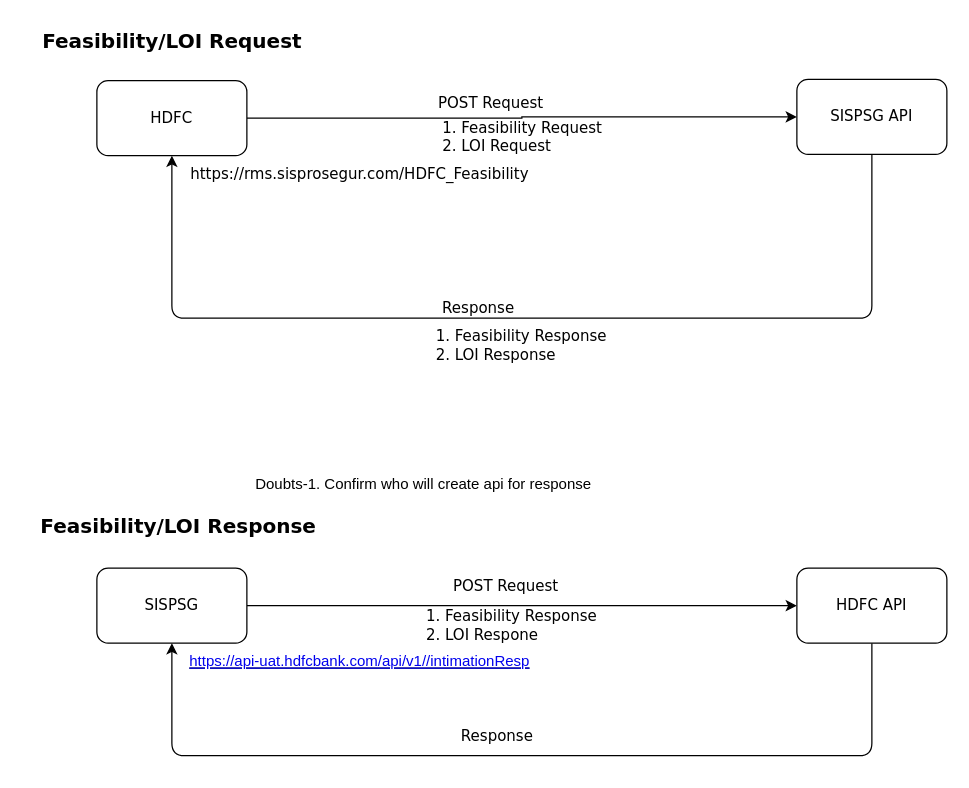
Above: Hdfc.drawio in ubermachine/Drawio (draw.io), before the change. Source tidied: cells renumbered, new cells numbered last; positions are measured from the earlier drawing's top-left corner, leaving out a move shared by most shapes. Both pictures are drawn from the tidied source at 125%, with x=0, y=0 at pixel (21, 21).
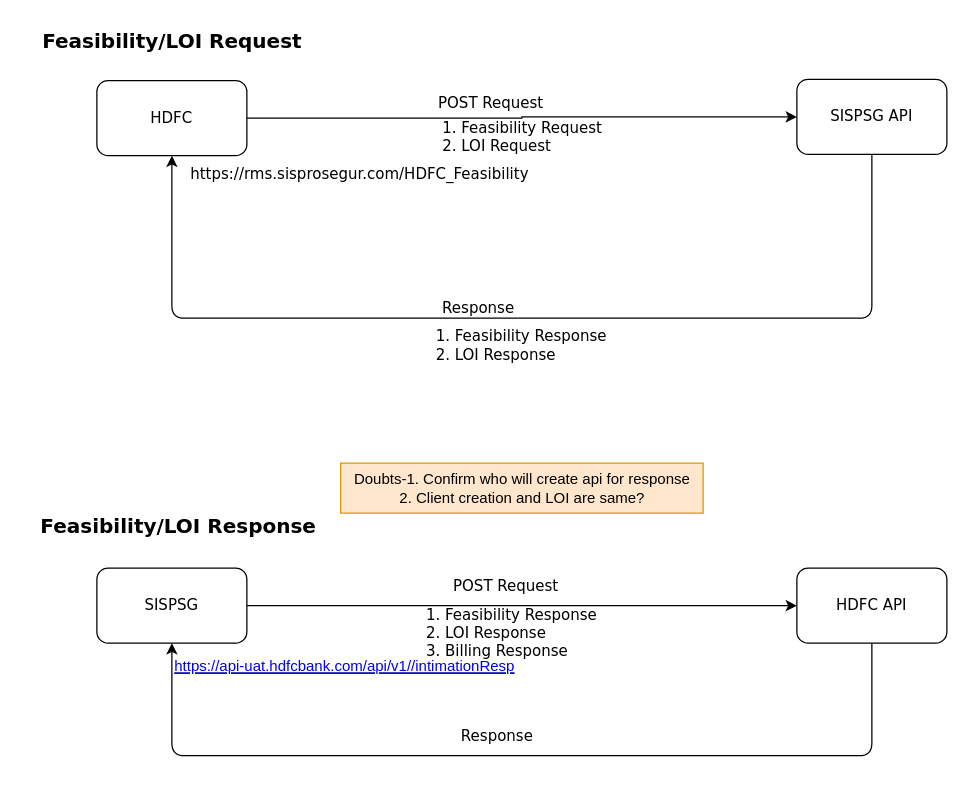
The same diagram, later.

The edit, as a diff of the source:
```diff
@@
     <mxCell id="19" value="&lt;u&gt;&lt;a title=&quot;Original URL: https://api-uat.hdfcbank.com/api/v1/dsb/intimationResp. Click or tap if you trust this link.&quot; target=&quot;_blank&quot; href=&quot;https://ind01.safelinks.protection.outlook.com/?url=https%3A%2F%2Fapi-uat.hdfcbank.com%2Fapi%2Fv1%2Fdsb%2FintimationResp&amp;amp;data=05%7C01%7Cshubham.pawar4%40hdfcbank.com%7C284244c8ec6b4c64b9b008db6e779bee%7C827fd02205a64e57be9ccc069b6ae62d%7C0%7C0%7C638225232243491934%7CUnknown%7CTWFpbGZsb3d8eyJWIjoiMC4wLjAwMDAiLCJQIjoiV2luMzIiLCJBTiI6Ik1haWwiLCJXVCI6Mn0%3D%7C3000%7C%7C%7C&amp;amp;sdata=QB7lebr9Tw6JcELbrLSqCNylo0V3PcAyTXZZP5ZpUk0%3D&amp;amp;reserved=0&quot;&gt;https://api-uat.hdfcbank.com/api/v1//intimationResp&lt;/a&gt;&lt;/u&gt;" style="text;html=1;align=center;verticalAlign=middle;strokeColor=none;fillColor=none;" parent="1" vertex="1">
-      <mxGeometry x="120" y="497" width="300" height="30" as="geometry" />
+      <mxGeometry x="108" y="501" width="300" height="30" as="geometry" />
     </mxCell>
-    <mxCell id="20" value="&lt;div align=&quot;left&quot;&gt;&lt;ol&gt;&lt;li&gt;Feasibility Response&lt;/li&gt;&lt;li&gt;LOI Respone&lt;br&gt;&lt;/li&gt;&lt;/ol&gt;&lt;/div&gt;" style="text;html=1;align=left;verticalAlign=middle;strokeColor=none;fillColor=none;fontStyle=0;fontFamily=Verdana;" parent="1" vertex="1">
-      <mxGeometry x="297" y="448" width="190" height="70" as="geometry" />
+    <mxCell id="20" value="&lt;div align=&quot;left&quot;&gt;&lt;ol&gt;&lt;li&gt;Feasibility Response&lt;/li&gt;&lt;li&gt;LOI Response&lt;/li&gt;&lt;li&gt;Billing Response&lt;br&gt;&lt;/li&gt;&lt;/ol&gt;&lt;/div&gt;" style="text;html=1;align=left;verticalAlign=middle;strokeColor=none;fillColor=none;fontStyle=0;fontFamily=Verdana;" parent="1" vertex="1">
+      <mxGeometry x="297" y="449" width="190" height="80" as="geometry" />
     </mxCell>
-    <mxCell id="21" value="Doubts-1. Confirm who will create api for response " style="text;html=1;align=center;verticalAlign=middle;strokeColor=none;fillColor=none;" parent="1" vertex="1">
-      <mxGeometry x="176" y="355" width="290" height="30" as="geometry" />
+    <mxCell id="21" value="&lt;div&gt;Doubts-1. Confirm who will create api for response&lt;/div&gt;&lt;div&gt;2. Client creation and LOI are same?&lt;br&gt;&lt;/div&gt;" style="text;html=1;align=center;verticalAlign=middle;strokeColor=#d79b00;fillColor=#ffe6cc;" parent="1" vertex="1">
+      <mxGeometry x="255" y="353" width="290" height="40" as="geometry" />
     </mxCell>
```
